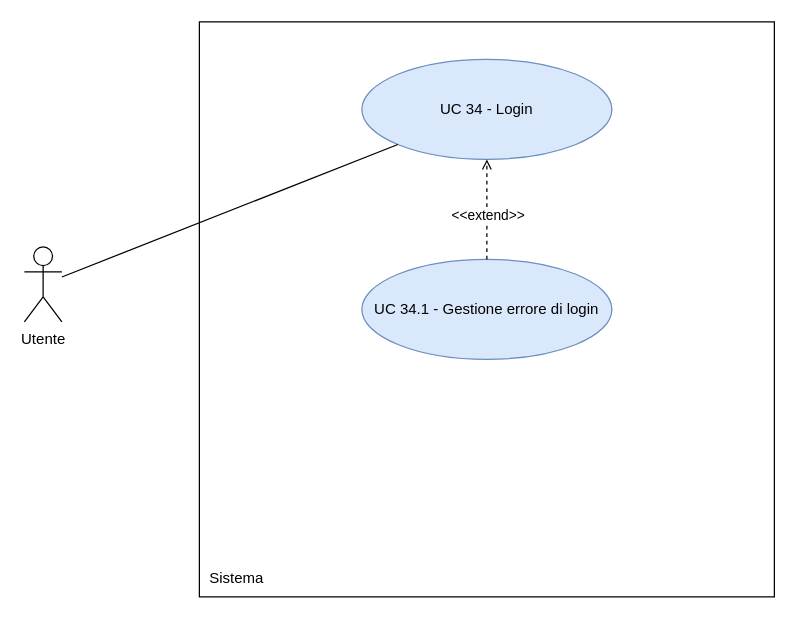
This is RTB/doc_esterna/analisi-dei-requisiti/assets/draw.io/UC34.drawio from thebitless-group-swe/thebitless.github.io, a draw.io file, before an edit. Source tidied: cells renumbered, new cells numbered last; positions are measured from the earlier drawing's top-left corner, leaving out a move shared by most shapes. Both pictures are drawn from the tidied source at 125%, with x=0, y=0 at pixel (24, 21).
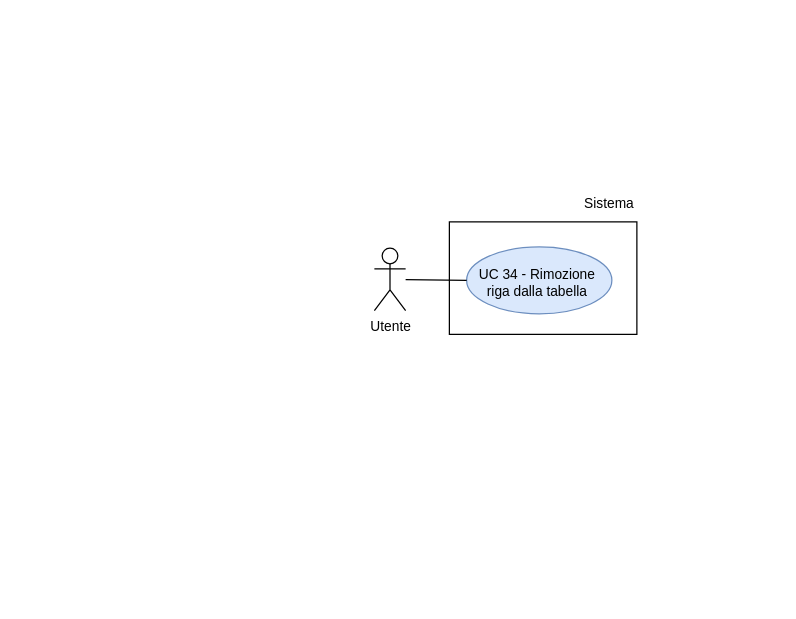
After the change.

What changed in the source:
```diff
@@
 <mxGraphModel>
   <root>
     <mxCell id="0" />
     <mxCell id="1" parent="0" />
-    <mxCell id="2" value="Utente" style="shape=umlActor;verticalLabelPosition=bottom;verticalAlign=top;html=1;outlineConnect=0;" parent="1" vertex="1">
-      <mxGeometry y="180" width="30" height="60" as="geometry" />
+    <mxCell id="2" value="Utente" style="shape=umlActor;verticalLabelPosition=bottom;verticalAlign=top;html=1;outlineConnect=0;fontSize=11;" parent="1" vertex="1">
+      <mxGeometry x="280" y="181" width="25" height="50" as="geometry" />
     </mxCell>
-    <mxCell id="3" style="whiteSpace=wrap;html=1;" parent="1" vertex="1">
-      <mxGeometry x="140" width="460" height="460" as="geometry" />
-    </mxCell>
+    <mxCell id="10" style="rounded=0;whiteSpace=wrap;html=1;strokeWidth=1;" parent="1" vertex="1">
+      <mxGeometry x="340" y="160" width="150" height="90" as="geometry" />
+    </mxCell>
-    <mxCell id="4" value="Sistema" style="text;html=1;whiteSpace=wrap;strokeColor=none;fillColor=none;align=center;verticalAlign=middle;rounded=0;" parent="1" vertex="1">
-      <mxGeometry x="140" y="430" width="60" height="30" as="geometry" />
+    <mxCell id="4" value="Sistema" style="text;html=1;whiteSpace=wrap;strokeColor=none;fillColor=none;align=right;verticalAlign=middle;fontSize=11;" parent="1" vertex="1">
+      <mxGeometry x="430" y="130" width="60" height="30" as="geometry" />
     </mxCell>
-    <mxCell id="5" value="UC 34 - Login" style="ellipse;whiteSpace=wrap;html=1;fillColor=#dae8fc;strokeColor=#6c8ebf;" parent="1" vertex="1">
-      <mxGeometry x="270" y="30" width="200" height="80" as="geometry" />
-    </mxCell>
-    <mxCell id="6" style="edgeStyle=none;rounded=0;jettySize=auto;html=1;endArrow=none;endFill=0;" parent="1" edge="1" source="2" target="5">
-      <mxGeometry relative="1" as="geometry" />
-    </mxCell>
-    <mxCell id="7" value="UC 34.1 - Gestione errore di login" style="ellipse;whiteSpace=wrap;html=1;fillColor=#dae8fc;strokeColor=#6c8ebf;" parent="1" vertex="1">
-      <mxGeometry x="270" y="190" width="200" height="80" as="geometry" />
-    </mxCell>
-    <mxCell id="8" style="edgeStyle=none;rounded=0;jettySize=auto;html=1;endArrow=open;endFill=0;dashed=1;" parent="1" edge="1" source="7" target="5">
-      <mxGeometry relative="1" as="geometry" />
-    </mxCell>
-    <mxCell id="9" value="&amp;lt;&amp;lt;extend&amp;gt;&amp;gt;" style="edgeLabel;html=1;align=center;verticalAlign=middle;" parent="8" vertex="1">
-      <mxGeometry x="-0.1" relative="1" as="geometry" />
-    </mxCell>
+    <mxCell id="11" value="UC 34 - Rimozione&amp;nbsp; riga dalla tabella&amp;nbsp;" style="ellipse;whiteSpace=wrap;html=1;fillColor=#dae8fc;strokeColor=#6c8ebf;fontSize=11;spacingBottom=-5;spacingLeft=0;" parent="1" vertex="1">
+      <mxGeometry x="353.8" y="180" width="116.2" height="53.5" as="geometry" />
+    </mxCell>
+    <mxCell id="12" style="edgeStyle=none;rounded=0;jettySize=auto;html=1;endArrow=none;endFill=0;" parent="1" edge="1" source="2" target="11">
+      <mxGeometry relative="1" as="geometry" />
+    </mxCell>
+    <mxCell id="13" style="edgeStyle=orthogonalEdgeStyle;rounded=0;orthogonalLoop=1;jettySize=auto;html=1;exitX=0.5;exitY=1;exitDx=0;exitDy=0;" parent="1" edge="1" source="4" target="4">
+      <mxGeometry relative="1" as="geometry" />
+    </mxCell>
   </root>
 </mxGraphModel>
```
